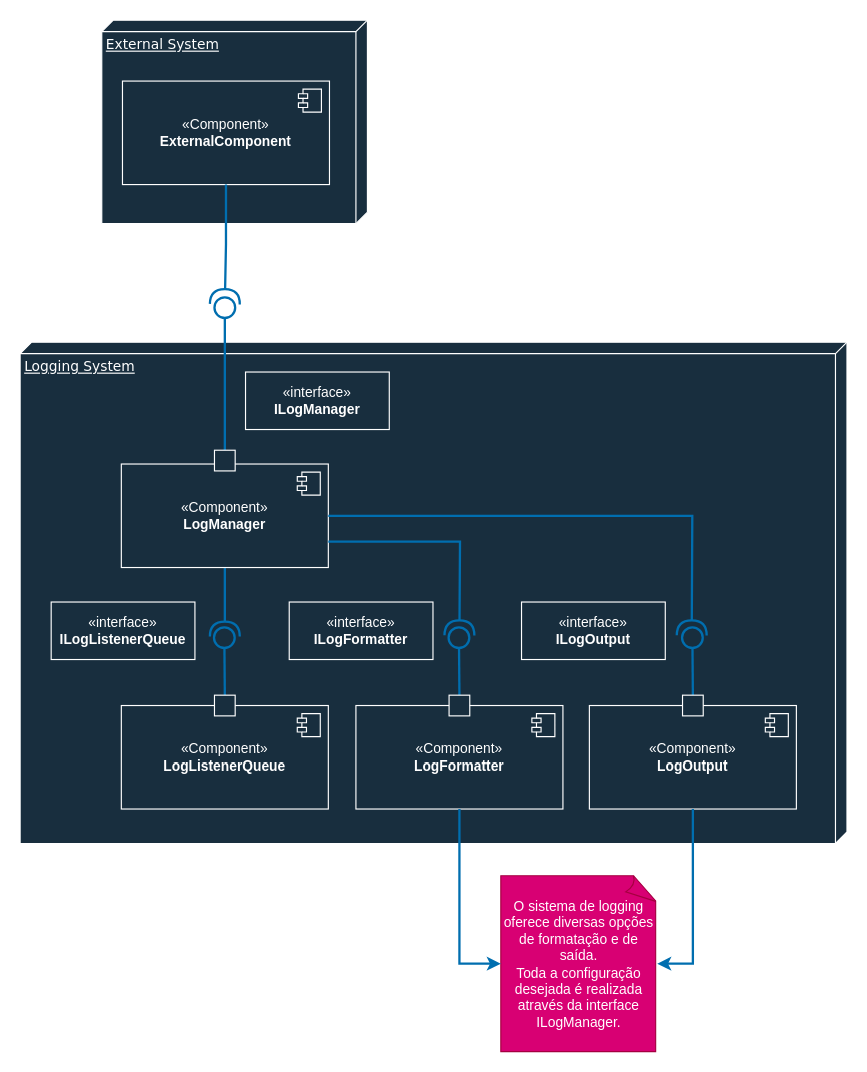
Earlier version of the draw.io diagram documents/Component Diagram.drawio (pietrodeluca1997/byte-forge-project). Source tidied: cells renumbered, new cells numbered last; positions are measured from the earlier drawing's top-left corner, leaving out a move shared by most shapes. Both pictures are drawn from the tidied source at 115%, with x=0, y=0 at pixel (20, 20).
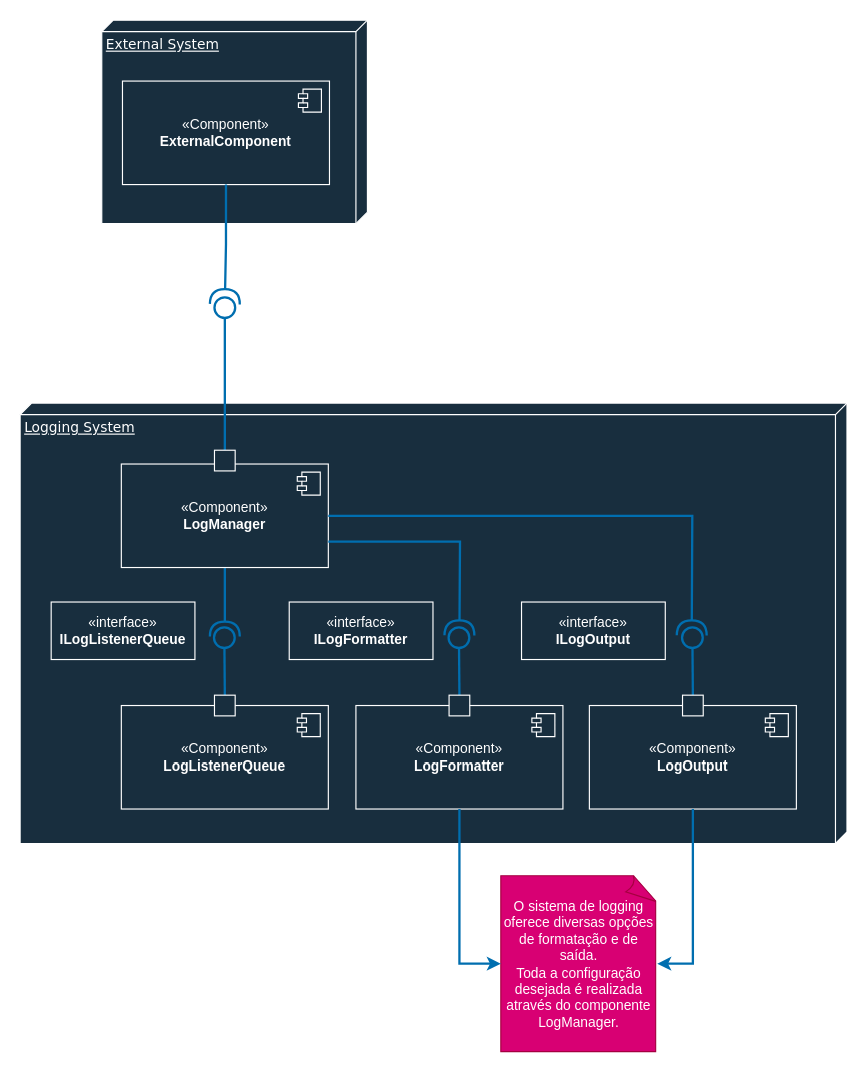
The same diagram, later.

Commit message (it also covers changes not shown here):
Component diagram updated

What changed in the source:
```diff
@@
     <mxCell id="2" value="&lt;div&gt;Logging System&lt;/div&gt;&lt;div&gt;&lt;br&gt;&lt;/div&gt;" style="verticalAlign=top;align=left;spacingTop=8;spacingLeft=2;spacingRight=12;shape=cube;size=10;direction=south;fontStyle=4;html=1;rounded=0;shadow=0;comic=0;labelBackgroundColor=none;strokeWidth=1;fontFamily=Verdana;fontSize=12;fillColor=#182E3E;strokeColor=#FFFFFF;fontColor=#FFFFFF;" parent="1" vertex="1">
-      <mxGeometry y="280" width="719" height="436" as="geometry" />
+      <mxGeometry y="333" width="719" height="383" as="geometry" />
     </mxCell>
@@
-    <mxCell id="25" value="«interface»&lt;br&gt;&lt;b&gt;ILogManager&lt;/b&gt;" style="html=1;whiteSpace=wrap;strokeColor=#FFFFFF;fontColor=#FFFFFF;fillColor=#182E3E;" parent="1" vertex="1">
-      <mxGeometry x="196" y="306" width="125" height="50" as="geometry" />
-    </mxCell>
-    <mxCell id="26" value="O sistema de logging oferece diversas opções de formatação e de saída.&lt;br&gt;Toda a configuração desejada é realizada através da interface ILogManager." style="whiteSpace=wrap;html=1;shape=mxgraph.basic.document;fillColor=#d80073;fontColor=#ffffff;strokeColor=#A50040;" parent="1" vertex="1">
+    <mxCell id="26" value="O sistema de logging oferece diversas opções de formatação e de saída.&lt;br&gt;Toda a configuração desejada é realizada através do componente LogManager." style="whiteSpace=wrap;html=1;shape=mxgraph.basic.document;fillColor=#d80073;fontColor=#ffffff;strokeColor=#A50040;" parent="1" vertex="1">
       <mxGeometry x="418" y="744" width="136" height="153" as="geometry" />
     </mxCell>
@@
-    <mxCell id="33" style="edgeStyle=orthogonalEdgeStyle;rounded=0;orthogonalLoop=1;jettySize=auto;html=1;exitX=0.5;exitY=1;exitDx=0;exitDy=0;" parent="1" edge="1" source="25" target="25">
-      <mxGeometry relative="1" as="geometry" />
+    <mxCell id="33" style="edgeStyle=orthogonalEdgeStyle;rounded=0;orthogonalLoop=1;jettySize=auto;html=1;exitX=0.5;exitY=1;exitDx=0;exitDy=0;" parent="1" edge="1">
+      <mxGeometry relative="1" as="geometry">
+        <mxPoint x="258.5" y="356" as="sourcePoint" />
+        <mxPoint x="258.5" y="356" as="targetPoint" />
+      </mxGeometry>
     </mxCell>
```
